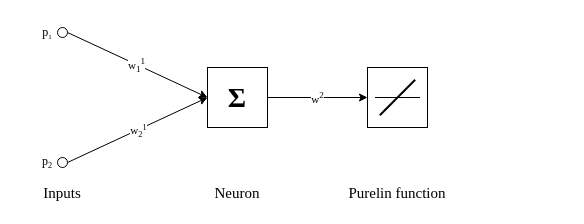
This is Problem 10/prob10_adaline.drawio from nikosstyl/Neuro-fuzzy-Problem-Set-1, a draw.io file, before an edit. Source tidied: cells renumbered, new cells numbered last; positions are measured from the earlier drawing's top-left corner, leaving out a move shared by most shapes. Both pictures are drawn from the tidied source at 100%, with x=0, y=0 at pixel (17, 17).
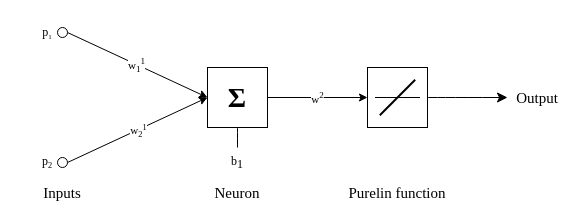
Above is the later version.

Commit message (it also covers changes not shown here):
Finished Prob10 (probably)

The change refers to these unchanged cells:
```xml
<mxCell id="4" value="&lt;font size=&quot;1&quot; style=&quot;&quot;&gt;&lt;b style=&quot;font-size: 28px;&quot;&gt;Σ&lt;/b&gt;&lt;/font&gt;" style="whiteSpace=wrap;html=1;fontFamily=Times New Roman;" parent="1" vertex="1">
  <mxGeometry x="190" y="50" width="60" height="60" as="geometry" />
</mxCell>
<mxCell id="12" style="whiteSpace=wrap;html=1;fontFamily=Times New Roman;" parent="11" vertex="1">
  <mxGeometry width="60" height="60" as="geometry" />
</mxCell>
```

Diff of the diagram source:
```diff
@@
+    <mxCell id="20" style="edgeStyle=none;curved=1;rounded=0;jettySize=auto;html=1;exitX=0.5;exitY=1;exitDx=0;exitDy=0;fontSize=12;startSize=8;endSize=8;endArrow=none;endFill=0;" parent="1" edge="1" source="4">
+      <mxGeometry relative="1" as="geometry">
+        <mxPoint x="220" y="130" as="targetPoint" />
+      </mxGeometry>
+    </mxCell>
@@
+    <mxCell id="21" value="Output" style="text;html=1;strokeColor=none;fillColor=none;align=center;verticalAlign=middle;whiteSpace=wrap;rounded=0;fontFamily=Times New Roman;fontSize=15;" parent="1" vertex="1">
+      <mxGeometry x="490" y="65" width="60" height="30" as="geometry" />
+    </mxCell>
+    <mxCell id="22" style="edgeStyle=none;curved=1;rounded=0;jettySize=auto;html=1;fontSize=12;startSize=8;endSize=8;" parent="1" edge="1" source="12" target="21">
+      <mxGeometry relative="1" as="geometry" />
+    </mxCell>
+    <mxCell id="23" value="b&lt;sub style=&quot;font-size: 12px;&quot;&gt;1&lt;/sub&gt;" style="text;html=1;strokeColor=none;fillColor=none;align=center;verticalAlign=middle;whiteSpace=wrap;rounded=0;fontSize=12;fontFamily=Times New Roman;" parent="1" vertex="1">
+      <mxGeometry x="210" y="130" width="20" height="30" as="geometry" />
+    </mxCell>
```
